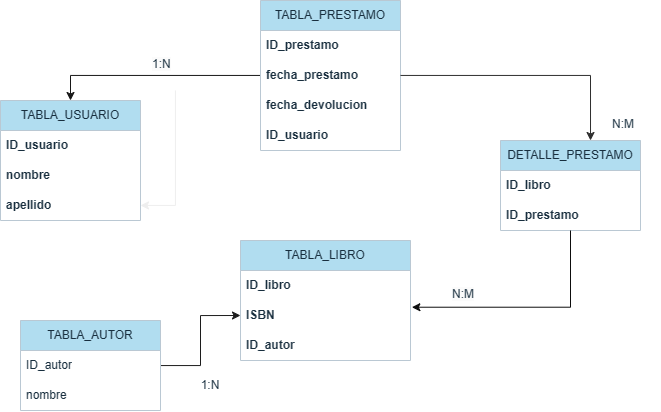
This is hecho/Diagrama sin título.drawio.png from royaleclash/apuntes, a draw.io export, as it was before one commit. Source tidied: cells renumbered, new cells last; positions are measured from the earlier drawing's top-left corner, leaving out a move shared by most shapes.
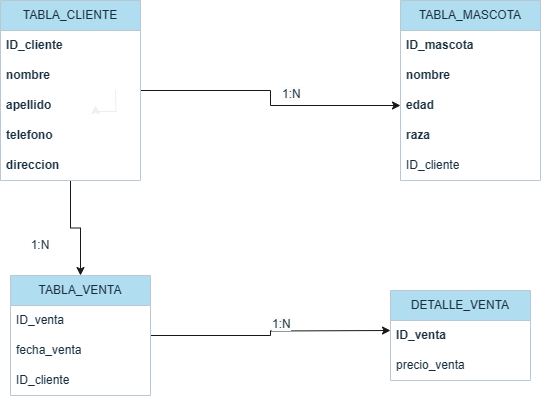
After the change.

Commit message:
Actualizar Diagrama sin título.dRAA.png

Change to the diagram source:
```diff
@@ -2,28 +2,34 @@
   <root>
     <mxCell id="0" />
     <mxCell id="1" parent="0" />
-    <mxCell id="2" style="edgeStyle=orthogonalEdgeStyle;rounded=0;jettySize=auto;html=1;entryX=0.5;entryY=0;entryDx=0;entryDy=0;strokeColor=#171717;fontColor=#FFFFFF;" parent="1" edge="1" source="3" target="8">
-      <mxGeometry relative="1" as="geometry" />
-    </mxCell>
-    <mxCell id="3" value="TABLA_PRESTAMO" style="swimlane;fontStyle=0;horizontal=1;startSize=30;whiteSpace=wrap;html=1;labelBackgroundColor=none;fillColor=#B1DDF0;strokeColor=#BAC8D3;fontColor=#182E3E;" parent="1" vertex="1">
-      <mxGeometry x="260" width="140" height="150" as="geometry" />
+    <mxCell id="3" value="TABLA_MASCOTA" style="swimlane;fontStyle=0;horizontal=1;startSize=30;whiteSpace=wrap;html=1;labelBackgroundColor=none;fillColor=#B1DDF0;strokeColor=#BAC8D3;fontColor=#182E3E;" parent="1" vertex="1">
+      <mxGeometry x="460" width="140" height="180" as="geometry" />
     </mxCell>
-    <mxCell id="4" value="ID_prestamo" style="text;strokeColor=none;fillColor=none;align=left;verticalAlign=middle;spacingLeft=4;spacingRight=4;overflow=hidden;whiteSpace=wrap;html=1;fontColor=#182E3E;fontStyle=1;" parent="3" vertex="1">
+    <mxCell id="4" value="ID_mascota" style="text;strokeColor=none;fillColor=none;align=left;verticalAlign=middle;spacingLeft=4;spacingRight=4;overflow=hidden;whiteSpace=wrap;html=1;fontColor=#182E3E;fontStyle=1;" parent="3" vertex="1">
       <mxGeometry y="30" width="140" height="30" as="geometry" />
     </mxCell>
-    <mxCell id="5" value="fecha_prestamo" style="text;strokeColor=none;fillColor=none;align=left;verticalAlign=middle;spacingLeft=4;spacingRight=4;overflow=hidden;whiteSpace=wrap;html=1;fontColor=#182E3E;fontStyle=1;" parent="3" vertex="1">
+    <mxCell id="5" value="nombre" style="text;strokeColor=none;fillColor=none;align=left;verticalAlign=middle;spacingLeft=4;spacingRight=4;overflow=hidden;whiteSpace=wrap;html=1;fontColor=#182E3E;fontStyle=1;" parent="3" vertex="1">
       <mxGeometry y="60" width="140" height="30" as="geometry" />
     </mxCell>
-    <mxCell id="6" value="fecha_devolucion" style="text;strokeColor=none;fillColor=none;align=left;verticalAlign=middle;spacingLeft=4;spacingRight=4;overflow=hidden;points=[[0,0.5],[1,0.5]];portConstraint=eastwest;whiteSpace=wrap;html=1;fontColor=#182E3E;fontStyle=1;" parent="3" vertex="1">
+    <mxCell id="6" value="edad" style="text;strokeColor=none;fillColor=none;align=left;verticalAlign=middle;spacingLeft=4;spacingRight=4;overflow=hidden;points=[[0,0.5],[1,0.5]];portConstraint=eastwest;whiteSpace=wrap;html=1;fontColor=#182E3E;fontStyle=1;" parent="3" vertex="1">
       <mxGeometry y="90" width="140" height="30" as="geometry" />
     </mxCell>
-    <mxCell id="7" value="ID_usuario" style="text;strokeColor=none;fillColor=none;align=left;verticalAlign=middle;spacingLeft=4;spacingRight=4;overflow=hidden;whiteSpace=wrap;html=1;fontColor=#182E3E;fontStyle=1;" parent="3" vertex="1">
+    <mxCell id="7" value="raza" style="text;strokeColor=none;fillColor=none;align=left;verticalAlign=middle;spacingLeft=4;spacingRight=4;overflow=hidden;whiteSpace=wrap;html=1;fontColor=#182E3E;fontStyle=1;" parent="3" vertex="1">
       <mxGeometry y="120" width="140" height="30" as="geometry" />
     </mxCell>
+    <mxCell id="30" value="ID_cliente" style="text;strokeColor=none;fillColor=none;align=left;verticalAlign=middle;spacingLeft=4;spacingRight=4;overflow=hidden;whiteSpace=wrap;html=1;fontColor=#182E3E;" parent="3" vertex="1">
+      <mxGeometry y="150" width="140" height="30" as="geometry" />
+    </mxCell>
+    <mxCell id="31" style="edgeStyle=orthogonalEdgeStyle;rounded=0;jettySize=auto;html=1;entryX=0;entryY=0.5;entryDx=0;entryDy=0;strokeColor=#171717;fontColor=#FFFFFF;" parent="1" edge="1" source="8" target="6">
+      <mxGeometry relative="1" as="geometry" />
+    </mxCell>
+    <mxCell id="32" style="edgeStyle=orthogonalEdgeStyle;rounded=0;jettySize=auto;html=1;entryX=0.5;entryY=0;entryDx=0;entryDy=0;strokeColor=#191919;fontColor=#FFFFFF;" parent="1" edge="1" source="8" target="17">
+      <mxGeometry relative="1" as="geometry" />
+    </mxCell>
-    <mxCell id="8" value="TABLA_USUARIO" style="swimlane;fontStyle=0;horizontal=1;startSize=30;whiteSpace=wrap;html=1;labelBackgroundColor=none;fillColor=#B1DDF0;strokeColor=#BAC8D3;fontColor=#182E3E;" parent="1" vertex="1">
-      <mxGeometry y="100" width="140" height="120" as="geometry" />
+    <mxCell id="8" value="TABLA_CLIENTE" style="swimlane;fontStyle=0;horizontal=1;startSize=30;whiteSpace=wrap;html=1;labelBackgroundColor=none;fillColor=#B1DDF0;strokeColor=#BAC8D3;fontColor=#182E3E;" parent="1" vertex="1">
+      <mxGeometry x="60" width="140" height="180" as="geometry" />
     </mxCell>
-    <mxCell id="9" value="ID_usuario" style="text;strokeColor=none;fillColor=none;align=left;verticalAlign=middle;spacingLeft=4;spacingRight=4;overflow=hidden;whiteSpace=wrap;html=1;fontColor=#182E3E;fontStyle=1;" parent="8" vertex="1">
+    <mxCell id="9" value="ID_cliente" style="text;strokeColor=none;fillColor=none;align=left;verticalAlign=middle;spacingLeft=4;spacingRight=4;overflow=hidden;whiteSpace=wrap;html=1;fontColor=#182E3E;fontStyle=1;" parent="8" vertex="1">
       <mxGeometry y="30" width="140" height="30" as="geometry" />
     </mxCell>
     <mxCell id="10" value="nombre" style="text;strokeColor=none;fillColor=none;align=left;verticalAlign=middle;spacingLeft=4;spacingRight=4;overflow=hidden;whiteSpace=wrap;html=1;fontColor=#182E3E;fontStyle=1;" parent="8" vertex="1">
@@ -32,59 +38,51 @@
     <mxCell id="11" value="apellido" style="text;strokeColor=none;fillColor=none;align=left;verticalAlign=middle;spacingLeft=4;spacingRight=4;overflow=hidden;points=[[0,0.5],[1,0.5]];portConstraint=eastwest;whiteSpace=wrap;html=1;fontColor=#182E3E;fontStyle=1;" parent="8" vertex="1">
       <mxGeometry y="90" width="140" height="30" as="geometry" />
     </mxCell>
-    <mxCell id="12" value="TABLA_LIBRO" style="swimlane;fontStyle=0;horizontal=1;startSize=30;whiteSpace=wrap;html=1;labelBackgroundColor=none;fillColor=#B1DDF0;strokeColor=#BAC8D3;fontColor=#182E3E;" parent="1" vertex="1">
-      <mxGeometry x="240" y="240" width="170" height="120" as="geometry" />
-    </mxCell>
-    <mxCell id="13" value="ID_libro" style="text;strokeColor=none;fillColor=none;align=left;verticalAlign=middle;spacingLeft=4;spacingRight=4;overflow=hidden;whiteSpace=wrap;html=1;fontColor=#182E3E;fontStyle=1;" parent="12" vertex="1">
-      <mxGeometry y="30" width="170" height="30" as="geometry" />
-    </mxCell>
-    <mxCell id="14" value="ISBN" style="text;strokeColor=none;fillColor=none;align=left;verticalAlign=middle;spacingLeft=4;spacingRight=4;overflow=hidden;points=[[0,0.5],[1,0.5]];portConstraint=eastwest;whiteSpace=wrap;html=1;fontColor=#182E3E;fontStyle=1;" parent="12" vertex="1">
-      <mxGeometry y="60" width="170" height="30" as="geometry" />
-    </mxCell>
-    <mxCell id="15" value="ID_autor" style="text;strokeColor=none;fillColor=none;align=left;verticalAlign=middle;spacingLeft=4;spacingRight=4;overflow=hidden;whiteSpace=wrap;html=1;fontColor=#182E3E;fontStyle=1;" parent="12" vertex="1">
-      <mxGeometry y="90" width="170" height="30" as="geometry" />
-    </mxCell>
-    <mxCell id="16" style="edgeStyle=orthogonalEdgeStyle;rounded=0;jettySize=auto;html=1;entryX=0;entryY=0.5;entryDx=0;entryDy=0;strokeColor=#1c1c1c;fontColor=#FFFFFF;" parent="1" edge="1" source="17" target="14">
-      <mxGeometry relative="1" as="geometry" />
-    </mxCell>
+    <mxCell id="33" value="telefono" style="text;strokeColor=none;fillColor=none;align=left;verticalAlign=middle;spacingLeft=4;spacingRight=4;overflow=hidden;whiteSpace=wrap;html=1;fontColor=#182E3E;fontStyle=1;" parent="8" vertex="1">
+      <mxGeometry y="120" width="140" height="30" as="geometry" />
+    </mxCell>
+    <mxCell id="34" value="direccion" style="text;strokeColor=none;fillColor=none;align=left;verticalAlign=middle;spacingLeft=4;spacingRight=4;overflow=hidden;whiteSpace=wrap;html=1;fontColor=#182E3E;fontStyle=1;" parent="8" vertex="1">
+      <mxGeometry y="150" width="140" height="30" as="geometry" />
+    </mxCell>
+    <mxCell id="35" style="edgeStyle=orthogonalEdgeStyle;rounded=0;jettySize=auto;html=1;strokeColor=#171717;fontColor=#FFFFFF;" parent="1" edge="1" source="17">
+      <mxGeometry relative="1" as="geometry">
+        <mxPoint x="450" y="330" as="targetPoint" />
+      </mxGeometry>
+    </mxCell>
-    <mxCell id="17" value="TABLA_AUTOR" style="swimlane;fontStyle=0;horizontal=1;startSize=30;whiteSpace=wrap;html=1;strokeColor=#BAC8D3;fontColor=#182E3E;fillColor=#B1DDF0;" parent="1" vertex="1">
-      <mxGeometry x="20" y="320" width="140" height="90" as="geometry" />
+    <mxCell id="17" value="TABLA_VENTA" style="swimlane;fontStyle=0;horizontal=1;startSize=30;whiteSpace=wrap;html=1;strokeColor=#BAC8D3;fontColor=#182E3E;fillColor=#B1DDF0;" parent="1" vertex="1">
+      <mxGeometry x="70" y="275" width="140" height="120" as="geometry" />
     </mxCell>
-    <mxCell id="18" value="ID_autor" style="text;strokeColor=none;fillColor=none;align=left;verticalAlign=middle;spacingLeft=4;spacingRight=4;overflow=hidden;whiteSpace=wrap;html=1;fontColor=#182E3E;" parent="17" vertex="1">
+    <mxCell id="18" value="ID_venta" style="text;strokeColor=none;fillColor=none;align=left;verticalAlign=middle;spacingLeft=4;spacingRight=4;overflow=hidden;whiteSpace=wrap;html=1;fontColor=#182E3E;" parent="17" vertex="1">
       <mxGeometry y="30" width="140" height="30" as="geometry" />
     </mxCell>
-    <mxCell id="19" value="nombre" style="text;strokeColor=none;fillColor=none;align=left;verticalAlign=middle;spacingLeft=4;spacingRight=4;overflow=hidden;whiteSpace=wrap;html=1;fontColor=#182E3E;" parent="17" vertex="1">
-      <mxGeometry y="60" width="140" height="30" as="geometry" />
-    </mxCell>
+    <mxCell id="36" value="fecha_venta" style="text;strokeColor=none;fillColor=none;align=left;verticalAlign=middle;spacingLeft=4;spacingRight=4;overflow=hidden;whiteSpace=wrap;html=1;fontColor=#182E3E;" parent="17" vertex="1">
+      <mxGeometry y="60" width="140" height="30" as="geometry" />
+    </mxCell>
+    <mxCell id="37" value="ID_cliente" style="text;strokeColor=none;fillColor=none;align=left;verticalAlign=middle;spacingLeft=4;spacingRight=4;overflow=hidden;whiteSpace=wrap;html=1;fontColor=#182E3E;" parent="17" vertex="1">
+      <mxGeometry y="90" width="140" height="30" as="geometry" />
+    </mxCell>
-    <mxCell id="20" value="DETALLE_PRESTAMO" style="swimlane;fontStyle=0;horizontal=1;startSize=30;whiteSpace=wrap;html=1;strokeColor=#BAC8D3;fontColor=#182E3E;fillColor=#B1DDF0;" parent="1" vertex="1">
-      <mxGeometry x="500" y="140" width="140" height="90" as="geometry" />
+    <mxCell id="20" value="DETALLE_VENTA" style="swimlane;fontStyle=0;horizontal=1;startSize=30;whiteSpace=wrap;html=1;strokeColor=#BAC8D3;fontColor=#182E3E;fillColor=#B1DDF0;" parent="1" vertex="1">
+      <mxGeometry x="450" y="290" width="140" height="90" as="geometry" />
     </mxCell>
-    <mxCell id="21" value="ID_libro" style="text;strokeColor=none;fillColor=none;align=left;verticalAlign=middle;spacingLeft=4;spacingRight=4;overflow=hidden;whiteSpace=wrap;html=1;fontColor=#182E3E;fontStyle=1;" parent="20" vertex="1">
+    <mxCell id="21" value="ID_venta" style="text;strokeColor=none;fillColor=none;align=left;verticalAlign=middle;spacingLeft=4;spacingRight=4;overflow=hidden;whiteSpace=wrap;html=1;fontColor=#182E3E;fontStyle=1;" parent="20" vertex="1">
       <mxGeometry y="30" width="140" height="30" as="geometry" />
     </mxCell>
-    <mxCell id="22" value="ID_prestamo" style="text;strokeColor=none;fillColor=none;align=left;verticalAlign=middle;spacingLeft=4;spacingRight=4;overflow=hidden;whiteSpace=wrap;html=1;fontColor=#182E3E;fontStyle=1;" parent="20" vertex="1">
-      <mxGeometry y="60" width="140" height="30" as="geometry" />
-    </mxCell>
-    <mxCell id="23" style="edgeStyle=orthogonalEdgeStyle;rounded=0;jettySize=auto;html=1;entryX=0.643;entryY=0;entryDx=0;entryDy=0;entryPerimeter=0;strokeColor=#2E2E2E;fontColor=#FFFFFF;" parent="1" edge="1" source="3" target="20">
-      <mxGeometry relative="1" as="geometry" />
-    </mxCell>
-    <mxCell id="24" style="edgeStyle=orthogonalEdgeStyle;rounded=0;jettySize=auto;html=1;entryX=1.008;entryY=0.224;entryDx=0;entryDy=0;entryPerimeter=0;strokeColor=#0D0D0D;fontColor=#FFFFFF;" parent="1" edge="1" source="20" target="14">
-      <mxGeometry relative="1" as="geometry" />
-    </mxCell>
+    <mxCell id="38" value="precio_venta" style="text;strokeColor=none;fillColor=none;align=left;verticalAlign=middle;spacingLeft=4;spacingRight=4;overflow=hidden;whiteSpace=wrap;html=1;fontColor=#182E3E;" parent="20" vertex="1">
+      <mxGeometry y="60" width="140" height="30" as="geometry" />
+    </mxCell>
+    <mxCell id="26" style="edgeStyle=orthogonalEdgeStyle;rounded=0;jettySize=auto;html=1;strokeColor=#EEEEEE;fontColor=#FFFFFF;fontStyle=1;" parent="1" edge="1" target="11">
+      <mxGeometry relative="1" as="geometry">
+        <mxPoint x="175" y="90" as="sourcePoint" />
+      </mxGeometry>
+    </mxCell>
     <mxCell id="25" value="1:N" style="text;html=1;align=center;verticalAlign=middle;whiteSpace=wrap;rounded=0;fontColor=#182E3E;" parent="1" vertex="1">
-      <mxGeometry x="180" y="370" width="60" height="30" as="geometry" />
+      <mxGeometry x="70" y="230" width="60" height="30" as="geometry" />
     </mxCell>
-    <mxCell id="26" style="edgeStyle=orthogonalEdgeStyle;rounded=0;jettySize=auto;html=1;strokeColor=#EEEEEE;fontColor=#FFFFFF;" parent="1" edge="1" source="27" target="11">
-      <mxGeometry relative="1" as="geometry" />
-    </mxCell>
-    <mxCell id="27" value="&lt;span style=&quot;color: rgb(24, 46, 62); font-family: Helvetica; font-size: 12px; font-style: normal; font-variant-ligatures: normal; font-variant-caps: normal; font-weight: 400; letter-spacing: normal; orphans: 2; text-align: center; text-indent: 0px; text-transform: none; widows: 2; word-spacing: 0px; -webkit-text-stroke-width: 0px; white-space: normal; background-color: rgb(251, 251, 251); text-decoration-thickness: initial; text-decoration-style: initial; text-decoration-color: initial; display: inline !important; float: none;&quot;&gt;1:N&lt;/span&gt;" style="text;whiteSpace=wrap;html=1;fontColor=#182E3E;" parent="1" vertex="1">
-      <mxGeometry x="150" y="50" width="50" height="40" as="geometry" />
-    </mxCell>
-    <mxCell id="28" value="&lt;div style=&quot;text-align: center;&quot;&gt;N:M&lt;br&gt;&lt;/div&gt;" style="text;whiteSpace=wrap;html=1;fontColor=#182E3E;" parent="1" vertex="1">
-      <mxGeometry x="610" y="110" width="50" height="40" as="geometry" />
-    </mxCell>
-    <mxCell id="29" value="&lt;span style=&quot;color: rgb(24, 46, 62); font-family: Helvetica; font-size: 12px; font-style: normal; font-variant-ligatures: normal; font-variant-caps: normal; font-weight: 400; letter-spacing: normal; orphans: 2; text-align: center; text-indent: 0px; text-transform: none; widows: 2; word-spacing: 0px; -webkit-text-stroke-width: 0px; white-space: normal; background-color: rgb(251, 251, 251); text-decoration-thickness: initial; text-decoration-style: initial; text-decoration-color: initial; display: inline !important; float: none;&quot;&gt;N:M&lt;/span&gt;" style="text;whiteSpace=wrap;html=1;fontColor=#182E3E;" parent="1" vertex="1">
-      <mxGeometry x="450" y="280" width="60" height="40" as="geometry" />
-    </mxCell>
+    <mxCell id="39" value="&lt;span style=&quot;color: rgb(24, 46, 62); font-family: Helvetica; font-size: 12px; font-style: normal; font-variant-ligatures: normal; font-variant-caps: normal; font-weight: 400; letter-spacing: normal; orphans: 2; text-align: center; text-indent: 0px; text-transform: none; widows: 2; word-spacing: 0px; -webkit-text-stroke-width: 0px; white-space: normal; background-color: rgb(251, 251, 251); text-decoration-thickness: initial; text-decoration-style: initial; text-decoration-color: initial; display: inline !important; float: none;&quot;&gt;1:N&lt;/span&gt;" style="text;whiteSpace=wrap;html=1;fontColor=#182E3E;" parent="1" vertex="1">
+      <mxGeometry x="340" y="80" width="50" height="40" as="geometry" />
+    </mxCell>
+    <mxCell id="40" value="&lt;span style=&quot;color: rgb(24, 46, 62); font-family: Helvetica; font-size: 12px; font-style: normal; font-variant-ligatures: normal; font-variant-caps: normal; font-weight: 400; letter-spacing: normal; orphans: 2; text-align: center; text-indent: 0px; text-transform: none; widows: 2; word-spacing: 0px; -webkit-text-stroke-width: 0px; white-space: normal; background-color: rgb(251, 251, 251); text-decoration-thickness: initial; text-decoration-style: initial; text-decoration-color: initial; display: inline !important; float: none;&quot;&gt;1:N&lt;/span&gt;" style="text;whiteSpace=wrap;html=1;fontColor=#182E3E;" parent="1" vertex="1">
+      <mxGeometry x="330" y="310" width="50" height="40" as="geometry" />
+    </mxCell>
   </root>
 </mxGraphModel>
```
